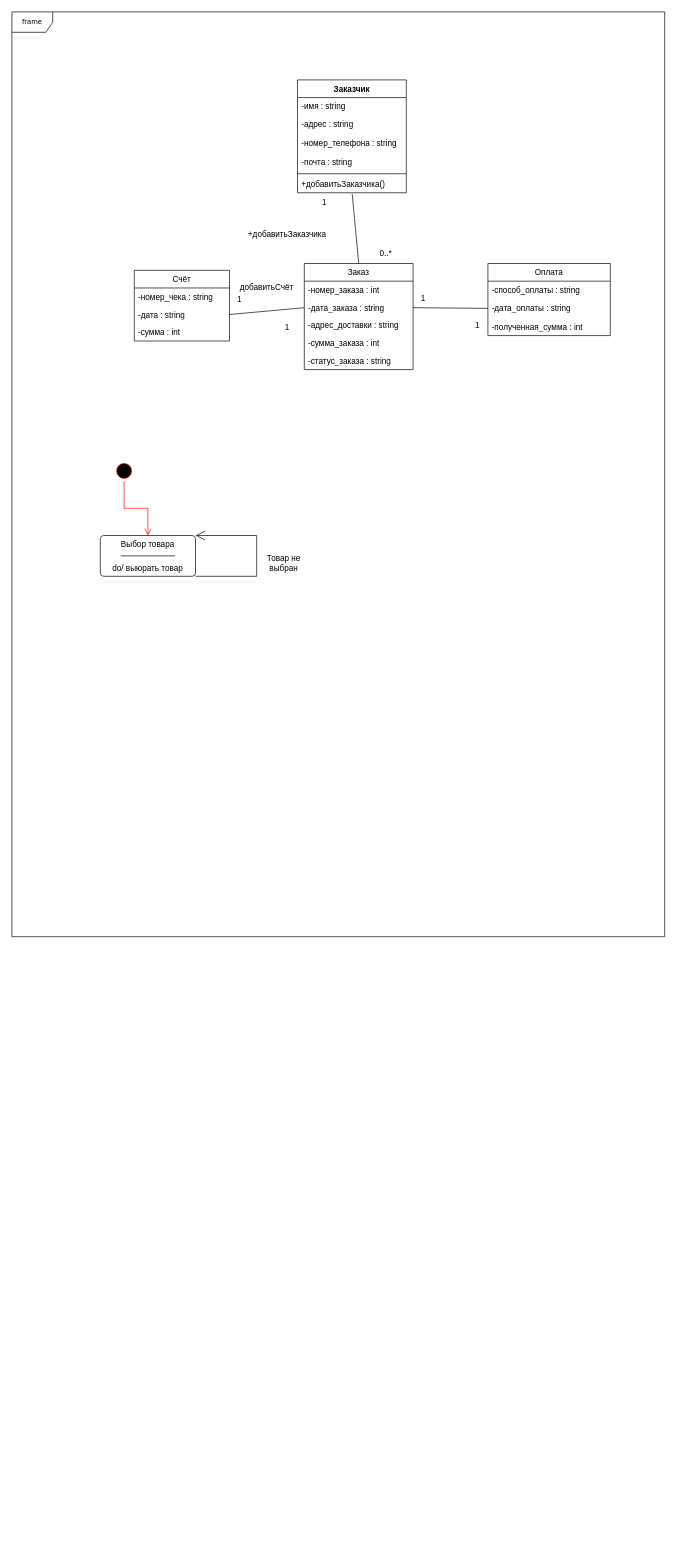
Earlier version of the draw.io diagram Диаграмма без названия.drawio (Involuntar/Test). Source tidied: cells renumbered, new cells numbered last; positions are measured from the earlier drawing's top-left corner, leaving out a move shared by most shapes. Both pictures are drawn from the tidied source at 68%, with x=0, y=0 at pixel (12, 12).
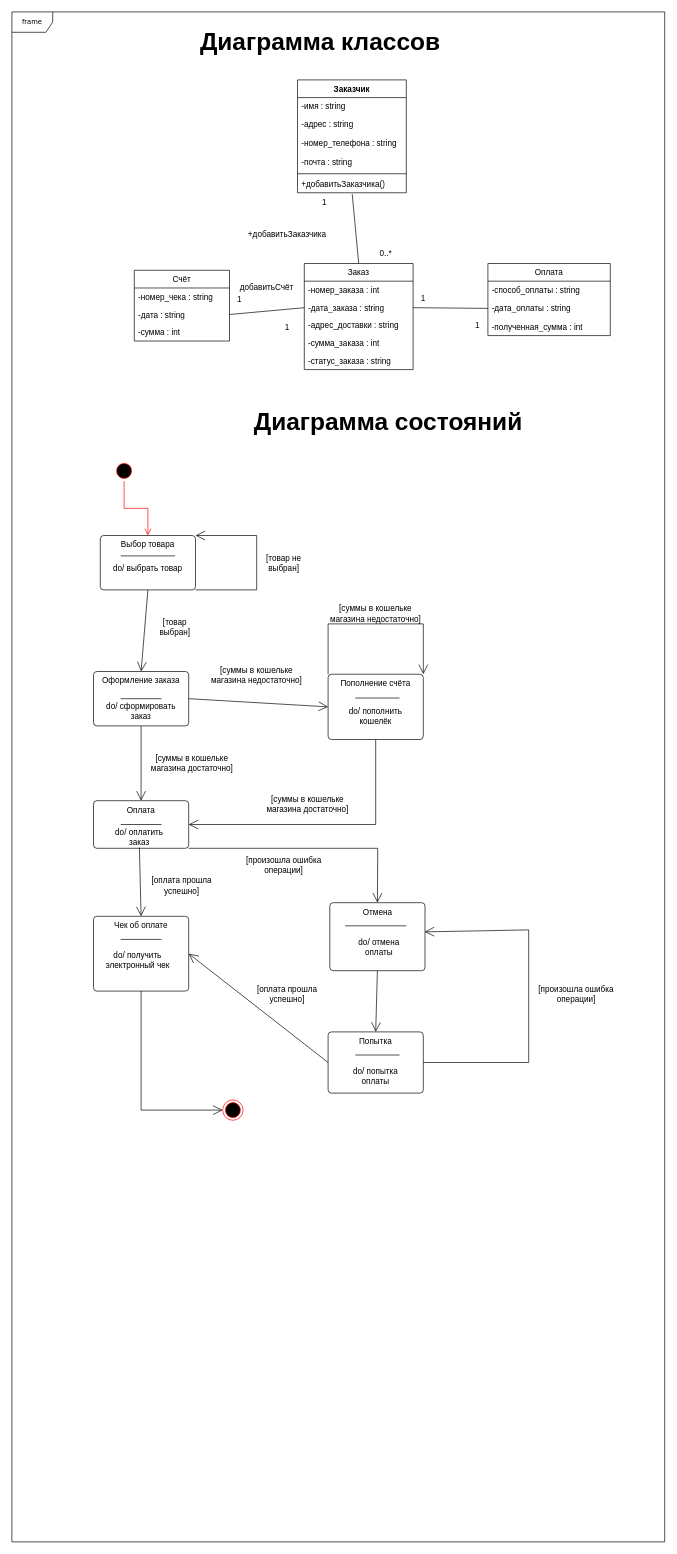
Above is the later version.

The edit, as a diff of the source:
```diff
@@
     <mxCell id="2" value="frame" style="shape=umlFrame;whiteSpace=wrap;html=1;rounded=0;shadow=0;comic=0;labelBackgroundColor=none;strokeWidth=1;fontFamily=Verdana;fontSize=10;align=center;" parent="1" vertex="1">
-      <mxGeometry width="960" height="1360" as="geometry" />
+      <mxGeometry width="960" height="2250" as="geometry" />
     </mxCell>
@@
     <mxCell id="37" value="Выбор товара" style="html=1;align=center;verticalAlign=top;rounded=1;absoluteArcSize=1;arcSize=10;dashed=0;whiteSpace=wrap;" parent="1" vertex="1">
-      <mxGeometry x="130" y="770" width="140" height="60" as="geometry" />
+      <mxGeometry x="130" y="770" width="140" height="80" as="geometry" />
     </mxCell>
@@
-    <mxCell id="39" value="do/ выюрать товар" style="text;html=1;strokeColor=none;fillColor=none;align=center;verticalAlign=middle;whiteSpace=wrap;rounded=0;" parent="1" vertex="1">
+    <mxCell id="39" value="do/ выбрать товар" style="text;html=1;strokeColor=none;fillColor=none;align=center;verticalAlign=middle;whiteSpace=wrap;rounded=0;" parent="1" vertex="1">
       <mxGeometry x="140" y="804" width="120" height="30" as="geometry" />
     </mxCell>
     <mxCell id="40" style="endArrow=open;endFill=1;endSize=12;html=1;rounded=0;entryX=1;entryY=0;entryDx=0;entryDy=0;exitX=1;exitY=1;exitDx=0;exitDy=0;" parent="1" edge="1" source="37" target="37">
       <mxGeometry relative="1" as="geometry">
         <Array as="points">
-          <mxPoint x="360" y="830" />
+          <mxPoint x="360" y="850" />
           <mxPoint x="360" y="770" />
         </Array>
       </mxGeometry>
     </mxCell>
-    <mxCell id="41" value="Товар не выбран" style="text;html=1;strokeColor=none;fillColor=none;align=center;verticalAlign=middle;whiteSpace=wrap;rounded=0;" parent="1" vertex="1">
+    <mxCell id="41" value="[товар не выбран]" style="text;html=1;strokeColor=none;fillColor=none;align=center;verticalAlign=middle;whiteSpace=wrap;rounded=0;" parent="1" vertex="1">
       <mxGeometry x="370" y="796" width="60" height="30" as="geometry" />
     </mxCell>
+    <mxCell id="42" value="Оформление заказа" style="html=1;align=center;verticalAlign=top;rounded=1;absoluteArcSize=1;arcSize=10;dashed=0;whiteSpace=wrap;" parent="1" vertex="1">
+      <mxGeometry x="120" y="970" width="140" height="80" as="geometry" />
+    </mxCell>
+    <mxCell id="43" style="endArrow=open;endFill=1;endSize=12;html=1;rounded=0;entryX=0.5;entryY=0;entryDx=0;entryDy=0;" parent="1" edge="1" target="42">
+      <mxGeometry relative="1" as="geometry">
+        <mxPoint x="200" y="850" as="sourcePoint" />
+      </mxGeometry>
+    </mxCell>
+    <mxCell id="44" value="[товар выбран]" style="text;html=1;strokeColor=none;fillColor=none;align=center;verticalAlign=middle;whiteSpace=wrap;rounded=0;" parent="1" vertex="1">
+      <mxGeometry x="210" y="890" width="60" height="30" as="geometry" />
+    </mxCell>
+    <mxCell id="45" style="line;strokeWidth=1;fillColor=none;align=left;verticalAlign=middle;spacingTop=-1;spacingLeft=3;spacingRight=3;labelPosition=right;strokeColor=inherit;" parent="1" vertex="1">
+      <mxGeometry x="160" y="1006" width="60" height="8" as="geometry" />
+    </mxCell>
+    <mxCell id="46" value="do/ сформировать заказ" style="text;html=1;strokeColor=none;fillColor=none;align=center;verticalAlign=middle;whiteSpace=wrap;rounded=0;" parent="1" vertex="1">
+      <mxGeometry x="130" y="1014" width="120" height="30" as="geometry" />
+    </mxCell>
+    <mxCell id="47" style="endArrow=open;endFill=1;endSize=12;html=1;rounded=0;exitX=0.5;exitY=1;exitDx=0;exitDy=0;entryX=0.5;entryY=0;entryDx=0;entryDy=0;" parent="1" edge="1" source="42" target="48">
+      <mxGeometry relative="1" as="geometry" />
+    </mxCell>
+    <mxCell id="48" value="Оплата" style="html=1;align=center;verticalAlign=top;rounded=1;absoluteArcSize=1;arcSize=10;dashed=0;whiteSpace=wrap;" parent="1" vertex="1">
+      <mxGeometry x="120" y="1160" width="140" height="70" as="geometry" />
+    </mxCell>
+    <mxCell id="49" style="line;strokeWidth=1;fillColor=none;align=left;verticalAlign=middle;spacingTop=-1;spacingLeft=3;spacingRight=3;labelPosition=right;strokeColor=inherit;" parent="1" vertex="1">
+      <mxGeometry x="160" y="1191" width="60" height="8" as="geometry" />
+    </mxCell>
+    <mxCell id="50" value="do/ оплатить заказ" style="text;html=1;strokeColor=none;fillColor=none;align=center;verticalAlign=middle;whiteSpace=wrap;rounded=0;" parent="1" vertex="1">
+      <mxGeometry x="135" y="1199" width="105" height="30" as="geometry" />
+    </mxCell>
+    <mxCell id="51" value="[суммы в кошельке магазина достаточно]" style="text;html=1;strokeColor=none;fillColor=none;align=center;verticalAlign=middle;whiteSpace=wrap;rounded=0;" parent="1" vertex="1">
+      <mxGeometry x="200" y="1090" width="130" height="30" as="geometry" />
+    </mxCell>
+    <mxCell id="52" style="endArrow=open;endFill=1;endSize=12;html=1;rounded=0;exitX=1;exitY=0.5;exitDx=0;exitDy=0;entryX=0;entryY=0.5;entryDx=0;entryDy=0;" parent="1" edge="1" source="42" target="53">
+      <mxGeometry relative="1" as="geometry" />
+    </mxCell>
+    <mxCell id="53" value="Пополнение счёта" style="html=1;align=center;verticalAlign=top;rounded=1;absoluteArcSize=1;arcSize=10;dashed=0;whiteSpace=wrap;" parent="1" vertex="1">
+      <mxGeometry x="465" y="974" width="140" height="96" as="geometry" />
+    </mxCell>
+    <mxCell id="54" value="[суммы в кошельке магазина недостаточно]" style="text;html=1;strokeColor=none;fillColor=none;align=center;verticalAlign=middle;whiteSpace=wrap;rounded=0;" parent="1" vertex="1">
+      <mxGeometry x="290" y="960" width="140" height="30" as="geometry" />
+    </mxCell>
+    <mxCell id="55" style="line;strokeWidth=1;fillColor=none;align=left;verticalAlign=middle;spacingTop=-1;spacingLeft=3;spacingRight=3;labelPosition=right;strokeColor=inherit;" parent="1" vertex="1">
+      <mxGeometry x="505" y="1005" width="65" height="8" as="geometry" />
+    </mxCell>
+    <mxCell id="56" value="do/ пополнить кошелёк" style="text;html=1;strokeColor=none;fillColor=none;align=center;verticalAlign=middle;whiteSpace=wrap;rounded=0;" parent="1" vertex="1">
+      <mxGeometry x="480" y="1021" width="110" height="30" as="geometry" />
+    </mxCell>
+    <mxCell id="57" style="endArrow=open;endFill=1;endSize=12;html=1;rounded=0;entryX=1;entryY=0.5;entryDx=0;entryDy=0;exitX=0.5;exitY=1;exitDx=0;exitDy=0;" parent="1" edge="1" source="53" target="48">
+      <mxGeometry relative="1" as="geometry">
+        <Array as="points">
+          <mxPoint x="535" y="1195" />
+        </Array>
+      </mxGeometry>
+    </mxCell>
+    <mxCell id="58" style="endArrow=open;endFill=1;endSize=12;html=1;rounded=0;exitX=0;exitY=0;exitDx=0;exitDy=0;entryX=1;entryY=0;entryDx=0;entryDy=0;" parent="1" edge="1" source="53" target="53">
+      <mxGeometry relative="1" as="geometry">
+        <Array as="points">
+          <mxPoint x="465" y="900" />
+          <mxPoint x="605" y="900" />
+        </Array>
+      </mxGeometry>
+    </mxCell>
+    <mxCell id="59" value="[суммы в кошельке магазина недостаточно]" style="text;html=1;strokeColor=none;fillColor=none;align=center;verticalAlign=middle;whiteSpace=wrap;rounded=0;" parent="1" vertex="1">
+      <mxGeometry x="465" y="870" width="140" height="30" as="geometry" />
+    </mxCell>
+    <mxCell id="60" value="[суммы в кошельке магазина достаточно]" style="text;html=1;strokeColor=none;fillColor=none;align=center;verticalAlign=middle;whiteSpace=wrap;rounded=0;" parent="1" vertex="1">
+      <mxGeometry x="370" y="1150" width="130" height="30" as="geometry" />
+    </mxCell>
+    <mxCell id="61" value="Чек об оплате" style="html=1;align=center;verticalAlign=top;rounded=1;absoluteArcSize=1;arcSize=10;dashed=0;whiteSpace=wrap;" parent="1" vertex="1">
+      <mxGeometry x="120" y="1330" width="140" height="110" as="geometry" />
+    </mxCell>
+    <mxCell id="62" style="endArrow=open;endFill=1;endSize=12;html=1;rounded=0;exitX=0.5;exitY=1;exitDx=0;exitDy=0;entryX=0.5;entryY=0;entryDx=0;entryDy=0;" parent="1" edge="1" source="50" target="61">
+      <mxGeometry relative="1" as="geometry" />
+    </mxCell>
+    <mxCell id="63" style="line;strokeWidth=1;fillColor=none;align=left;verticalAlign=middle;spacingTop=-1;spacingLeft=3;spacingRight=3;labelPosition=right;strokeColor=inherit;" parent="1" vertex="1">
+      <mxGeometry x="160" y="1360" width="60" height="8" as="geometry" />
+    </mxCell>
+    <mxCell id="64" value="do/ получить электронный чек" style="text;html=1;strokeColor=none;fillColor=none;align=center;verticalAlign=middle;whiteSpace=wrap;rounded=0;" parent="1" vertex="1">
+      <mxGeometry x="130" y="1380" width="110" height="30" as="geometry" />
+    </mxCell>
+    <mxCell id="65" value="[оплата прошла успешно]" style="text;html=1;strokeColor=none;fillColor=none;align=center;verticalAlign=middle;whiteSpace=wrap;rounded=0;" parent="1" vertex="1">
+      <mxGeometry x="200" y="1270" width="100" height="30" as="geometry" />
+    </mxCell>
+    <mxCell id="66" style="ellipse;html=1;shape=endState;fillColor=#000000;strokeColor=#ff0000;" parent="1" vertex="1">
+      <mxGeometry x="310" y="1600" width="30" height="30" as="geometry" />
+    </mxCell>
+    <mxCell id="67" style="endArrow=open;endFill=1;endSize=12;html=1;rounded=0;entryX=0;entryY=0.5;entryDx=0;entryDy=0;exitX=0.5;exitY=1;exitDx=0;exitDy=0;" parent="1" edge="1" source="61" target="66">
+      <mxGeometry relative="1" as="geometry">
+        <Array as="points">
+          <mxPoint x="190" y="1615" />
+        </Array>
+      </mxGeometry>
+    </mxCell>
+    <mxCell id="68" style="endArrow=open;endFill=1;endSize=12;html=1;rounded=0;exitX=1;exitY=1;exitDx=0;exitDy=0;entryX=0.5;entryY=0;entryDx=0;entryDy=0;" parent="1" edge="1" source="48" target="69">
+      <mxGeometry relative="1" as="geometry">
+        <Array as="points">
+          <mxPoint x="538" y="1230" />
+        </Array>
+      </mxGeometry>
+    </mxCell>
+    <mxCell id="69" value="Отмена" style="html=1;align=center;verticalAlign=top;rounded=1;absoluteArcSize=1;arcSize=10;dashed=0;whiteSpace=wrap;" parent="1" vertex="1">
+      <mxGeometry x="467.5" y="1310" width="140" height="100" as="geometry" />
+    </mxCell>
+    <mxCell id="70" value="[произошла ошибка операции]" style="text;html=1;strokeColor=none;fillColor=none;align=center;verticalAlign=middle;whiteSpace=wrap;rounded=0;" parent="1" vertex="1">
+      <mxGeometry x="340" y="1240" width="120" height="30" as="geometry" />
+    </mxCell>
+    <mxCell id="71" style="line;strokeWidth=1;fillColor=none;align=left;verticalAlign=middle;spacingTop=-1;spacingLeft=3;spacingRight=3;labelPosition=right;strokeColor=inherit;" parent="1" vertex="1">
+      <mxGeometry x="490" y="1340" width="90" height="8" as="geometry" />
+    </mxCell>
+    <mxCell id="72" value="do/ отмена оплаты" style="text;html=1;strokeColor=none;fillColor=none;align=center;verticalAlign=middle;whiteSpace=wrap;rounded=0;" parent="1" vertex="1">
+      <mxGeometry x="500" y="1360" width="80" height="30" as="geometry" />
+    </mxCell>
+    <mxCell id="73" value="Попытка" style="html=1;align=center;verticalAlign=top;rounded=1;absoluteArcSize=1;arcSize=10;dashed=0;whiteSpace=wrap;" parent="1" vertex="1">
+      <mxGeometry x="465" y="1500" width="140" height="90" as="geometry" />
+    </mxCell>
+    <mxCell id="74" style="endArrow=open;endFill=1;endSize=12;html=1;rounded=0;exitX=0.5;exitY=1;exitDx=0;exitDy=0;entryX=0.5;entryY=0;entryDx=0;entryDy=0;" parent="1" edge="1" source="69" target="73">
+      <mxGeometry relative="1" as="geometry" />
+    </mxCell>
+    <mxCell id="75" style="endArrow=open;endFill=1;endSize=12;html=1;rounded=0;exitX=0;exitY=0.5;exitDx=0;exitDy=0;entryX=1;entryY=0.5;entryDx=0;entryDy=0;" parent="1" edge="1" source="73" target="61">
+      <mxGeometry relative="1" as="geometry" />
+    </mxCell>
+    <mxCell id="76" style="line;strokeWidth=1;fillColor=none;align=left;verticalAlign=middle;spacingTop=-1;spacingLeft=3;spacingRight=3;labelPosition=right;strokeColor=inherit;" parent="1" vertex="1">
+      <mxGeometry x="505" y="1530" width="65" height="8" as="geometry" />
+    </mxCell>
+    <mxCell id="77" value="do/ попытка оплаты" style="text;html=1;strokeColor=none;fillColor=none;align=center;verticalAlign=middle;whiteSpace=wrap;rounded=0;" parent="1" vertex="1">
+      <mxGeometry x="500" y="1550" width="70" height="30" as="geometry" />
+    </mxCell>
+    <mxCell id="78" style="endArrow=open;endFill=1;endSize=12;html=1;rounded=0;exitX=1;exitY=0.5;exitDx=0;exitDy=0;entryX=0.996;entryY=0.429;entryDx=0;entryDy=0;entryPerimeter=0;" parent="1" edge="1" source="73" target="69">
+      <mxGeometry relative="1" as="geometry">
+        <Array as="points">
+          <mxPoint x="760" y="1545" />
+          <mxPoint x="760" y="1350" />
+        </Array>
+      </mxGeometry>
+    </mxCell>
+    <mxCell id="79" value="[оплата прошла успешно]" style="text;html=1;strokeColor=none;fillColor=none;align=center;verticalAlign=middle;whiteSpace=wrap;rounded=0;" parent="1" vertex="1">
+      <mxGeometry x="350" y="1430" width="110" height="30" as="geometry" />
+    </mxCell>
+    <mxCell id="80" value="[произошла ошибка операции]" style="text;html=1;strokeColor=none;fillColor=none;align=center;verticalAlign=middle;whiteSpace=wrap;rounded=0;" parent="1" vertex="1">
+      <mxGeometry x="770" y="1430" width="120" height="30" as="geometry" />
+    </mxCell>
+    <mxCell id="81" value="Диаграмма состояний" style="text;align=center;fontStyle=1;verticalAlign=middle;spacingLeft=3;spacingRight=3;strokeColor=none;html=1;fontSize=36;" parent="1" vertex="1">
+      <mxGeometry x="335" y="590" width="435" height="26" as="geometry" />
+    </mxCell>
+    <mxCell id="82" value="Диаграмма классов" style="text;align=center;fontStyle=1;verticalAlign=middle;spacingLeft=3;spacingRight=3;strokeColor=none;html=1;fontSize=36;" parent="1" vertex="1">
+      <mxGeometry x="235" y="30" width="435" height="26" as="geometry" />
+    </mxCell>
```
